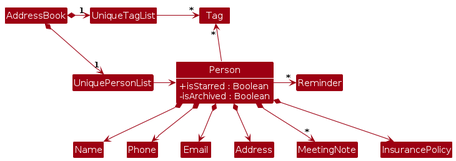
This is diagrams/BetterModelClassDiagram.png from AY2526S1-CS2103T-F09-1/tp, a PlantUML export, as it was before one commit. Its source is kept beside it as diagrams/BetterModelClassDiagram.puml.
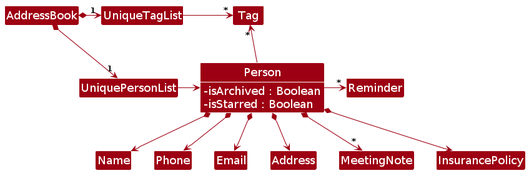
After the change.

Change to the diagram source:
```diff
@@ -5,16 +5,14 @@
 skinparam arrowThickness 1.1
 skinparam arrowColor MODEL_COLOR
 skinparam classBackgroundColor MODEL_COLOR
+skinparam classAttributeFontSize 18
 show members
 hide empty members
 
 Class Person {
-    +isStarred : Boolean
+    -isArchived : Boolean
+    -isStarred : Boolean
 }
-
-Class Person {
-    -isArchived : Boolean
-    }
 
 AddressBook *-right-> "1" UniquePersonList
 AddressBook *-right-> "1" UniqueTagList
```
